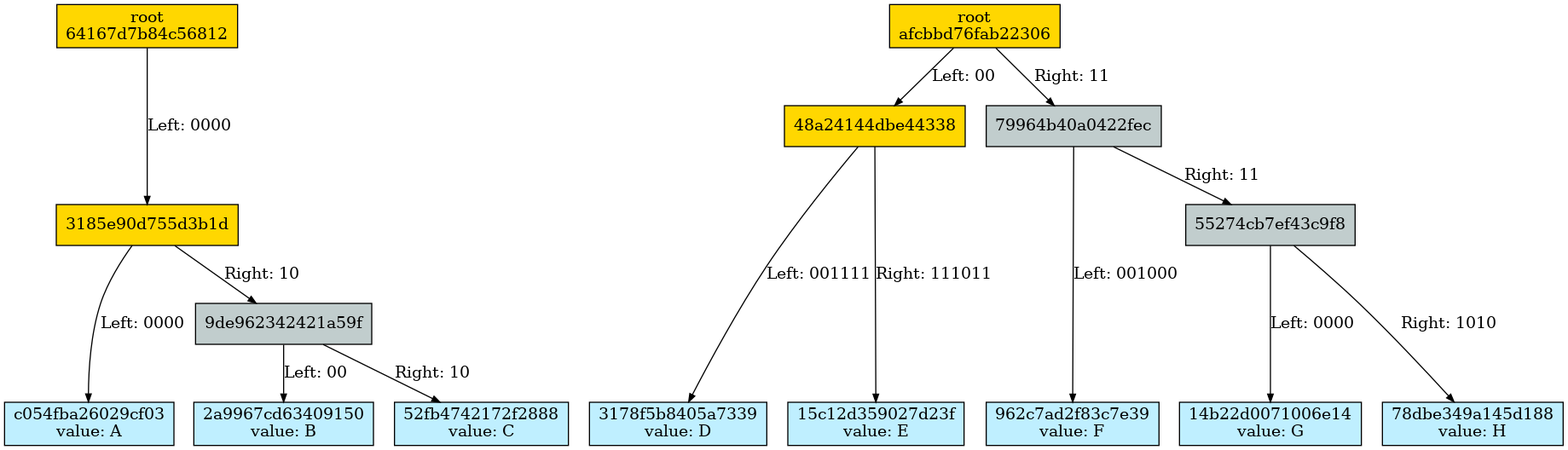
This is docs/merkle_tree/split_details/8_finished.dot.png from juicebox-systems/juicebox-hsm-realm, a Graphviz export, as it was before one commit. Its source is kept beside it as docs/merkle_tree/split_details/8_finished.dot.
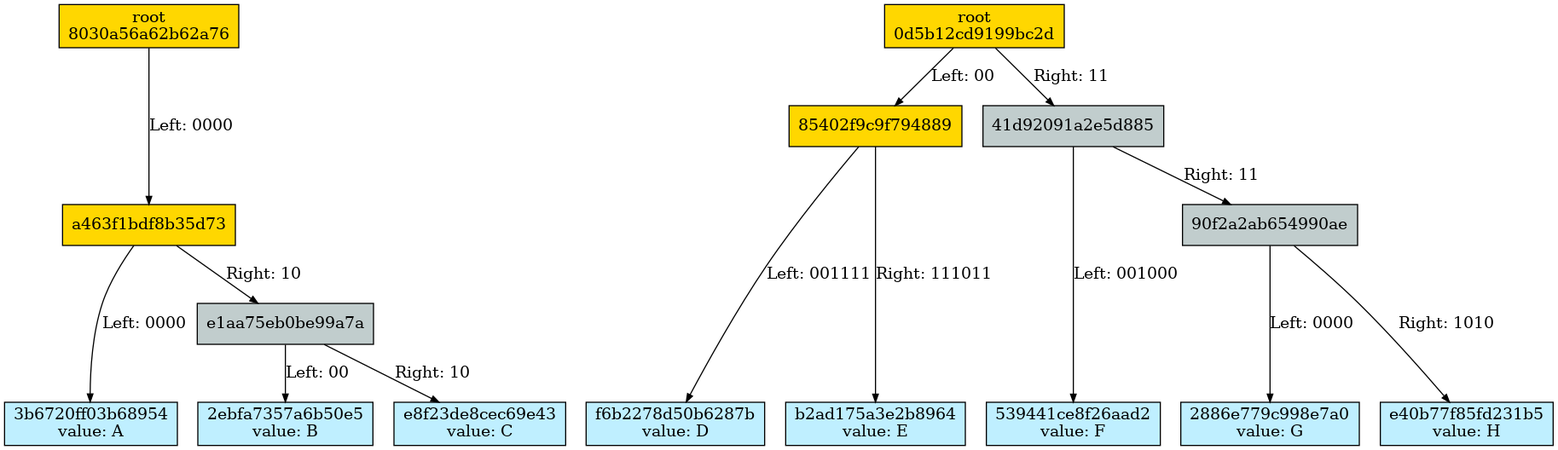
After the change.

What changed in the source:
```diff
@@ -1,79 +1,79 @@
 Digraph merkletree {
 
-h64167d7b84c56812 -> h3185e90d755d3b1d [arrowsize=0.7 label="Left: 0000\l" nojustify=true ];
-h3185e90d755d3b1d -> hc054fba26029cf03 [arrowsize=0.7 label="Left: 0000" nojustify=true ];
-h3185e90d755d3b1d -> h9de962342421a59f [arrowsize=0.7 label="Right: 10\l" nojustify=true ];
-h9de962342421a59f -> h2a9967cd63409150 [arrowsize=0.7 label="Left: 00" nojustify=true ];
-h9de962342421a59f -> h52fb4742172f2888 [arrowsize=0.7 label="Right: 10" nojustify=true ];
-hafcbbd76fab22306 -> h48a24144dbe44338 [arrowsize=0.7 label="Left: 00\l" nojustify=true ];
-h48a24144dbe44338 -> h3178f5b8405a7339 [arrowsize=0.7 label="Left: 001111" nojustify=true ];
-h48a24144dbe44338 -> h15c12d359027d23f [arrowsize=0.7 label="Right: 111011" nojustify=true ];
-hafcbbd76fab22306 -> h79964b40a0422fec [arrowsize=0.7 label="Right: 11\l" nojustify=true ];
-h79964b40a0422fec -> h962c7ad2f83c7e39 [arrowsize=0.7 label="Left: 001000" nojustify=true ];
-h79964b40a0422fec -> h55274cb7ef43c9f8 [arrowsize=0.7 label="Right: 11\l" nojustify=true ];
-h55274cb7ef43c9f8 -> h14b22d0071006e14 [arrowsize=0.7 label="Left: 0000" nojustify=true ];
-h55274cb7ef43c9f8 -> h78dbe349a145d188 [arrowsize=0.7 label="Right: 1010" nojustify=true ];
+h8030a56a62b62a76 -> ha463f1bdf8b35d73 [arrowsize=0.7 label="Left: 0000" nojustify=true ];
+ha463f1bdf8b35d73 -> h3b6720ff03b68954 [arrowsize=0.7 label="Left: 0000" nojustify=true ];
+ha463f1bdf8b35d73 -> he1aa75eb0be99a7a [arrowsize=0.7 label="Right: 10" nojustify=true ];
+he1aa75eb0be99a7a -> h2ebfa7357a6b50e5 [arrowsize=0.7 label="Left: 00" nojustify=true ];
+he1aa75eb0be99a7a -> he8f23de8cec69e43 [arrowsize=0.7 label="Right: 10" nojustify=true ];
+h0d5b12cd9199bc2d -> h85402f9c9f794889 [arrowsize=0.7 label="Left: 00" nojustify=true ];
+h85402f9c9f794889 -> hf6b2278d50b6287b [arrowsize=0.7 label="Left: 001111" nojustify=true ];
+h85402f9c9f794889 -> hb2ad175a3e2b8964 [arrowsize=0.7 label="Right: 111011" nojustify=true ];
+h0d5b12cd9199bc2d -> h41d92091a2e5d885 [arrowsize=0.7 label="Right: 11" nojustify=true ];
+h41d92091a2e5d885 -> h539441ce8f26aad2 [arrowsize=0.7 label="Left: 001000" nojustify=true ];
+h41d92091a2e5d885 -> h90f2a2ab654990ae [arrowsize=0.7 label="Right: 11" nojustify=true ];
+h90f2a2ab654990ae -> h2886e779c998e7a0 [arrowsize=0.7 label="Left: 0000" nojustify=true ];
+h90f2a2ab654990ae -> he40b77f85fd231b5 [arrowsize=0.7 label="Right: 1010" nojustify=true ];
 
 Subgraph depth_0 {
 rank=same
 
-h64167d7b84c56812 [fillcolor=gold1 label="root\n64167d7b84c56812" ordering=out shape=box style=filled ];
+h8030a56a62b62a76 [fillcolor=gold1 label="root\n8030a56a62b62a76" ordering=out shape=box style=filled ];
 }
 
 
 Subgraph depth_4 {
 rank=same
 
-h3185e90d755d3b1d [fillcolor=gold1 label="3185e90d755d3b1d" ordering=out shape=box style=filled ];
+ha463f1bdf8b35d73 [fillcolor=gold1 label="a463f1bdf8b35d73" ordering=out shape=box style=filled ];
 }
 
 
 Subgraph depth_256 {
 rank=same
 
-hc054fba26029cf03 [fillcolor=lightblue1 label="c054fba26029cf03\nvalue: A" ordering=out shape=box style=filled ];
-h2a9967cd63409150 [fillcolor=lightblue1 label="2a9967cd63409150\nvalue: B" ordering=out shape=box style=filled ];
-h52fb4742172f2888 [fillcolor=lightblue1 label="52fb4742172f2888\nvalue: C" ordering=out shape=box style=filled ];
+h3b6720ff03b68954 [fillcolor=lightblue1 label="3b6720ff03b68954\nvalue: A" ordering=out shape=box style=filled ];
+h2ebfa7357a6b50e5 [fillcolor=lightblue1 label="2ebfa7357a6b50e5\nvalue: B" ordering=out shape=box style=filled ];
+he8f23de8cec69e43 [fillcolor=lightblue1 label="e8f23de8cec69e43\nvalue: C" ordering=out shape=box style=filled ];
 }
 
 
 Subgraph depth_6 {
 rank=same
 
-h9de962342421a59f [fillcolor=azure3 label="9de962342421a59f" ordering=out shape=box style=filled ];
+he1aa75eb0be99a7a [fillcolor=azure3 label="e1aa75eb0be99a7a" ordering=out shape=box style=filled ];
 }
 
 
 Subgraph depth_0 {
 rank=same
 
-hafcbbd76fab22306 [fillcolor=gold1 label="root\nafcbbd76fab22306" ordering=out shape=box style=filled ];
+h0d5b12cd9199bc2d [fillcolor=gold1 label="root\n0d5b12cd9199bc2d" ordering=out shape=box style=filled ];
 }
 
 
 Subgraph depth_2 {
 rank=same
 
-h48a24144dbe44338 [fillcolor=gold1 label="48a24144dbe44338" ordering=out shape=box style=filled ];
-h79964b40a0422fec [fillcolor=azure3 label="79964b40a0422fec" ordering=out shape=box style=filled ];
+h85402f9c9f794889 [fillcolor=gold1 label="85402f9c9f794889" ordering=out shape=box style=filled ];
+h41d92091a2e5d885 [fillcolor=azure3 label="41d92091a2e5d885" ordering=out shape=box style=filled ];
 }
 
 
 Subgraph depth_256 {
 rank=same
 
-h3178f5b8405a7339 [fillcolor=lightblue1 label="3178f5b8405a7339\nvalue: D" ordering=out shape=box style=filled ];
-h15c12d359027d23f [fillcolor=lightblue1 label="15c12d359027d23f\nvalue: E" ordering=out shape=box style=filled ];
-h962c7ad2f83c7e39 [fillcolor=lightblue1 label="962c7ad2f83c7e39\nvalue: F" ordering=out shape=box style=filled ];
-h14b22d0071006e14 [fillcolor=lightblue1 label="14b22d0071006e14\nvalue: G" ordering=out shape=box style=filled ];
-h78dbe349a145d188 [fillcolor=lightblue1 label="78dbe349a145d188\nvalue: H" ordering=out shape=box style=filled ];
+hf6b2278d50b6287b [fillcolor=lightblue1 label="f6b2278d50b6287b\nvalue: D" ordering=out shape=box style=filled ];
+hb2ad175a3e2b8964 [fillcolor=lightblue1 label="b2ad175a3e2b8964\nvalue: E" ordering=out shape=box style=filled ];
+h539441ce8f26aad2 [fillcolor=lightblue1 label="539441ce8f26aad2\nvalue: F" ordering=out shape=box style=filled ];
+h2886e779c998e7a0 [fillcolor=lightblue1 label="2886e779c998e7a0\nvalue: G" ordering=out shape=box style=filled ];
+he40b77f85fd231b5 [fillcolor=lightblue1 label="e40b77f85fd231b5\nvalue: H" ordering=out shape=box style=filled ];
 }
 
 
 Subgraph depth_4 {
 rank=same
 
-h55274cb7ef43c9f8 [fillcolor=azure3 label="55274cb7ef43c9f8" ordering=out shape=box style=filled ];
+h90f2a2ab654990ae [fillcolor=azure3 label="90f2a2ab654990ae" ordering=out shape=box style=filled ];
 }
 
 }
```
